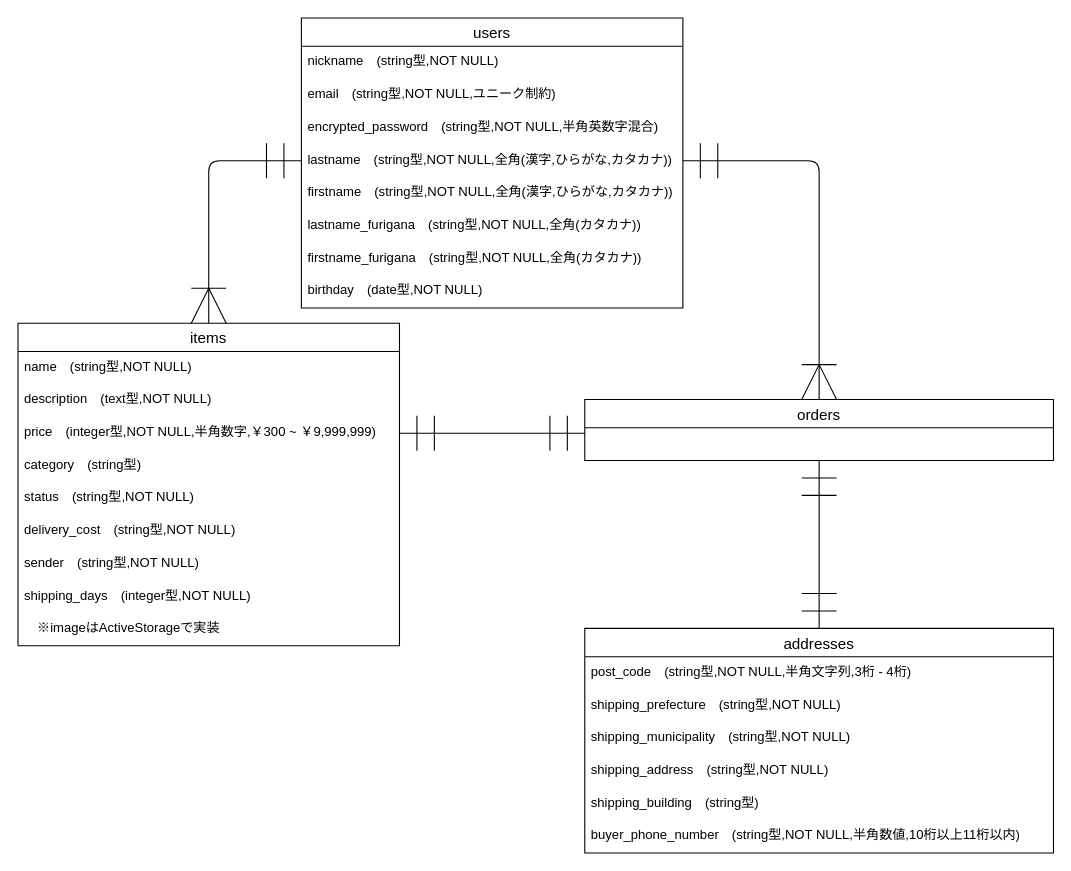
This is furima-39571.dio from TechMishima/furima-39571, a draw.io file, before an edit. Source tidied: cells renumbered, new cells numbered last; positions are measured from the earlier drawing's top-left corner, leaving out a move shared by most shapes. Both pictures are drawn from the tidied source at 109%, with x=0, y=0 at pixel (17, 17).
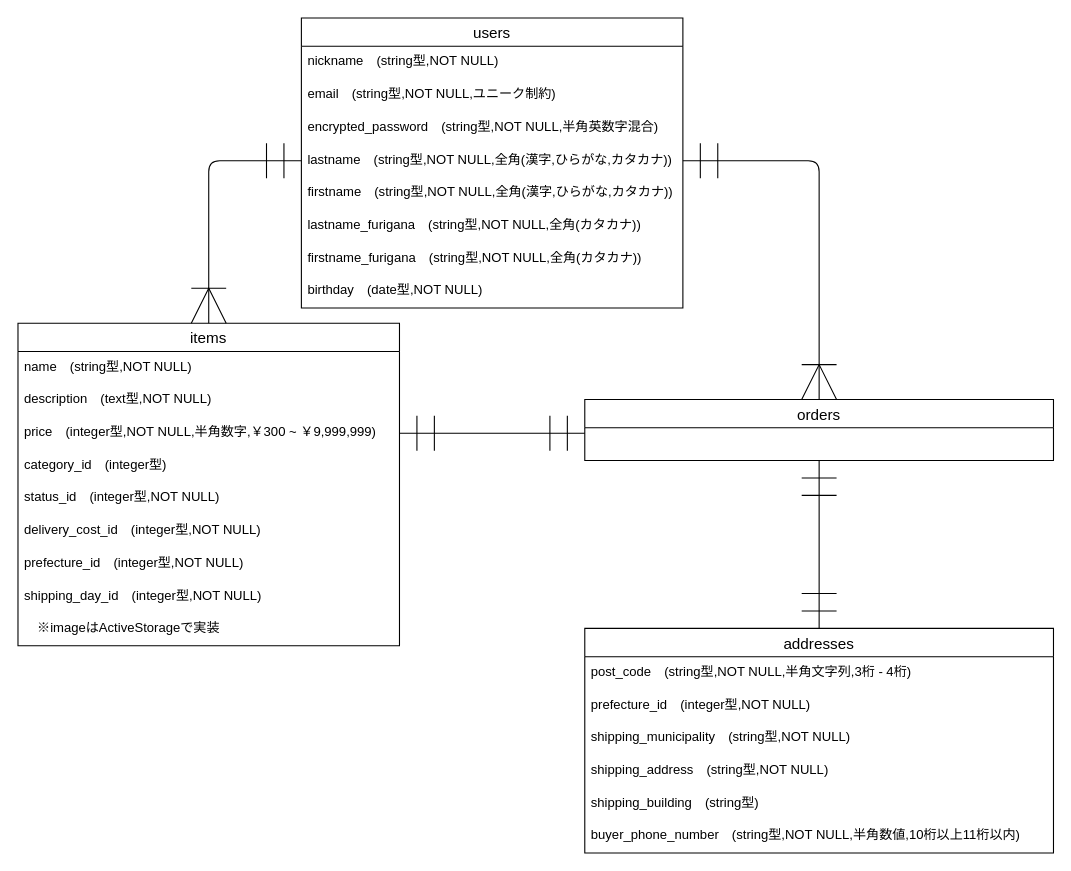
The same diagram, later.

Commit message (it also covers changes not shown here):
データベース設計 修正２

Unchanged cells that the change refers to:
```xml
<mxCell id="11" value="items" style="swimlane;fontStyle=0;horizontal=1;startSize=26;align=center;fontSize=14;" parent="1" vertex="1">
  <mxGeometry y="280" width="350" height="296" as="geometry" />
</mxCell>
<mxCell id="25" value="addresses" style="swimlane;fontStyle=0;horizontal=1;startSize=26;align=center;fontSize=14;" parent="1" vertex="1">
  <mxGeometry x="520" y="560" width="430" height="206" as="geometry" />
</mxCell>
```

Diff of the diagram source:
```diff
@@
-    <mxCell id="15" value="category　(string型)" style="text;strokeColor=none;fillColor=none;spacingLeft=4;spacingRight=4;overflow=hidden;fontSize=12;" parent="11" vertex="1">
+    <mxCell id="15" value="category_id　(integer型)" style="text;strokeColor=none;fillColor=none;spacingLeft=4;spacingRight=4;overflow=hidden;fontSize=12;" parent="11" vertex="1">
       <mxGeometry y="116" width="350" height="30" as="geometry" />
     </mxCell>
-    <mxCell id="16" value="status　(string型,NOT NULL)" style="text;strokeColor=none;fillColor=none;spacingLeft=4;spacingRight=4;overflow=hidden;fontSize=12;" parent="11" vertex="1">
+    <mxCell id="16" value="status_id　(integer型,NOT NULL)" style="text;strokeColor=none;fillColor=none;spacingLeft=4;spacingRight=4;overflow=hidden;fontSize=12;" parent="11" vertex="1">
       <mxGeometry y="146" width="350" height="30" as="geometry" />
     </mxCell>
-    <mxCell id="17" value="delivery_cost　(string型,NOT NULL)" style="text;strokeColor=none;fillColor=none;spacingLeft=4;spacingRight=4;overflow=hidden;fontSize=12;" parent="11" vertex="1">
+    <mxCell id="17" value="delivery_cost_id　(integer型,NOT NULL)" style="text;strokeColor=none;fillColor=none;spacingLeft=4;spacingRight=4;overflow=hidden;fontSize=12;" parent="11" vertex="1">
       <mxGeometry y="176" width="350" height="30" as="geometry" />
     </mxCell>
-    <mxCell id="18" value="sender　(string型,NOT NULL)" style="text;strokeColor=none;fillColor=none;spacingLeft=4;spacingRight=4;overflow=hidden;fontSize=12;" parent="11" vertex="1">
+    <mxCell id="18" value="prefecture_id　(integer型,NOT NULL)" style="text;strokeColor=none;fillColor=none;spacingLeft=4;spacingRight=4;overflow=hidden;fontSize=12;" parent="11" vertex="1">
       <mxGeometry y="206" width="350" height="30" as="geometry" />
     </mxCell>
-    <mxCell id="19" value="shipping_days　(integer型,NOT NULL)" style="text;strokeColor=none;fillColor=none;spacingLeft=4;spacingRight=4;overflow=hidden;fontSize=12;" parent="11" vertex="1">
+    <mxCell id="19" value="shipping_day_id　(integer型,NOT NULL)" style="text;strokeColor=none;fillColor=none;spacingLeft=4;spacingRight=4;overflow=hidden;fontSize=12;" parent="11" vertex="1">
       <mxGeometry y="236" width="350" height="30" as="geometry" />
     </mxCell>
@@
-    <mxCell id="27" value="shipping_prefecture　(string型,NOT NULL)" style="text;strokeColor=none;fillColor=none;spacingLeft=4;spacingRight=4;overflow=hidden;fontSize=12;" parent="25" vertex="1">
+    <mxCell id="27" value="prefecture_id　(integer型,NOT NULL)" style="text;strokeColor=none;fillColor=none;spacingLeft=4;spacingRight=4;overflow=hidden;fontSize=12;" parent="25" vertex="1">
       <mxGeometry y="56" width="430" height="30" as="geometry" />
     </mxCell>
```
